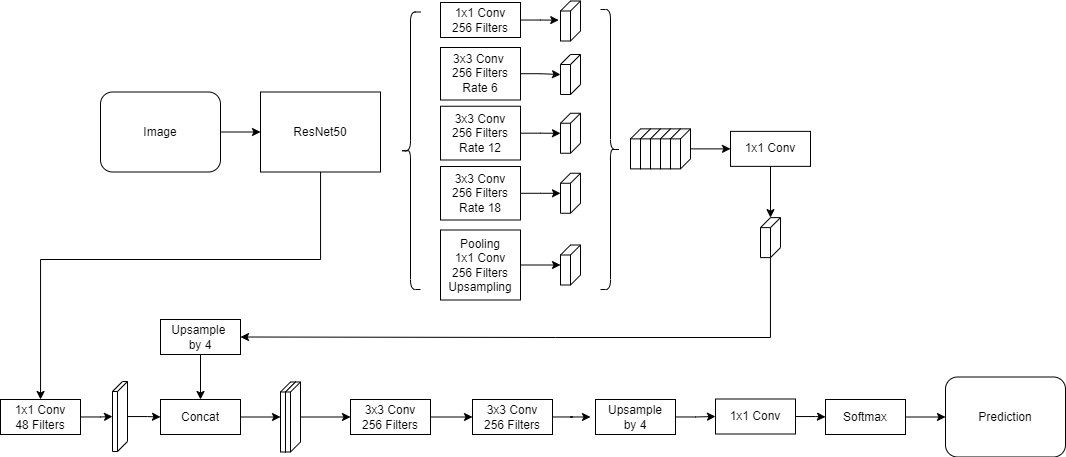
Before: assets/images/NEXTPAGE/ARSI-64.png, a diagram exported from draw.io (realdanielalexander/semantic-segmentation). Source tidied: cells renumbered, new cells last; positions are measured from the earlier drawing's top-left corner, leaving out a move shared by most shapes.
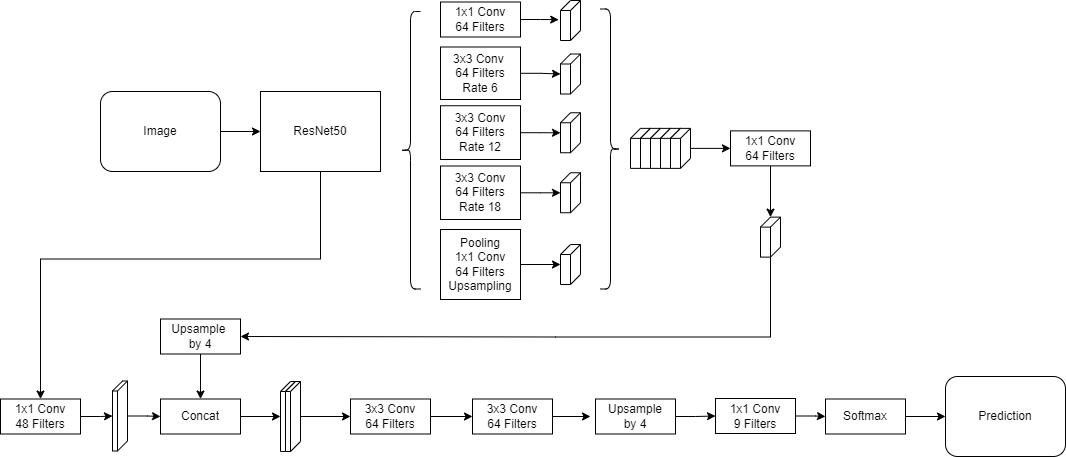
Later version of the same file.

Diff of the diagram source:
```diff
@@ -22,31 +22,31 @@
     <mxCell id="6" style="edgeStyle=orthogonalEdgeStyle;rounded=0;jettySize=auto;html=1;entryX=0.479;entryY=1.089;entryDx=0;entryDy=0;entryPerimeter=0;" parent="1" edge="1" source="7" target="17">
       <mxGeometry relative="1" as="geometry" />
     </mxCell>
-    <mxCell id="7" value="1x1 Conv&lt;br&gt;256 Filters" style="rounded=0;whiteSpace=wrap;html=1;" parent="1" vertex="1">
+    <mxCell id="7" value="1x1 Conv&lt;br&gt;64 Filters" style="rounded=0;whiteSpace=wrap;html=1;" parent="1" vertex="1">
       <mxGeometry x="440" y="1" width="80" height="35" as="geometry" />
     </mxCell>
     <mxCell id="8" style="edgeStyle=orthogonalEdgeStyle;rounded=0;jettySize=auto;html=1;" parent="1" edge="1" source="9" target="18">
       <mxGeometry relative="1" as="geometry" />
     </mxCell>
-    <mxCell id="9" value="3x3 Conv &lt;br&gt;256 Filters&lt;br&gt;Rate 6" style="rounded=0;whiteSpace=wrap;html=1;" parent="1" vertex="1">
+    <mxCell id="9" value="3x3 Conv &lt;br&gt;64 Filters&lt;br&gt;Rate 6" style="rounded=0;whiteSpace=wrap;html=1;" parent="1" vertex="1">
       <mxGeometry x="440" y="46" width="80" height="52.5" as="geometry" />
     </mxCell>
     <mxCell id="10" style="edgeStyle=orthogonalEdgeStyle;rounded=0;jettySize=auto;html=1;" parent="1" edge="1" source="11" target="19">
       <mxGeometry relative="1" as="geometry" />
     </mxCell>
-    <mxCell id="11" value="3x3 Conv&lt;br&gt;256 Filters&lt;br&gt;Rate 12" style="rounded=0;whiteSpace=wrap;html=1;" parent="1" vertex="1">
+    <mxCell id="11" value="3x3 Conv&lt;br&gt;64 Filters&lt;br&gt;Rate 12" style="rounded=0;whiteSpace=wrap;html=1;" parent="1" vertex="1">
       <mxGeometry x="440" y="104.8" width="80" height="53.8" as="geometry" />
     </mxCell>
     <mxCell id="12" style="edgeStyle=orthogonalEdgeStyle;rounded=0;jettySize=auto;html=1;" parent="1" edge="1" source="13" target="20">
       <mxGeometry relative="1" as="geometry" />
     </mxCell>
-    <mxCell id="13" value="3x3 Conv&lt;br&gt;256 Filters&lt;br&gt;Rate 18" style="rounded=0;whiteSpace=wrap;html=1;" parent="1" vertex="1">
+    <mxCell id="13" value="3x3 Conv&lt;br&gt;64 Filters&lt;br&gt;Rate 18" style="rounded=0;whiteSpace=wrap;html=1;" parent="1" vertex="1">
       <mxGeometry x="440" y="165" width="80" height="53.5" as="geometry" />
     </mxCell>
     <mxCell id="14" style="edgeStyle=orthogonalEdgeStyle;rounded=0;jettySize=auto;html=1;" parent="1" edge="1" source="15" target="21">
       <mxGeometry relative="1" as="geometry" />
     </mxCell>
-    <mxCell id="15" value="Pooling&lt;br&gt;1x1 Conv&lt;br&gt;256 Filters&lt;br&gt;Upsampling" style="rounded=0;whiteSpace=wrap;html=1;" parent="1" vertex="1">
+    <mxCell id="15" value="Pooling&lt;br&gt;1x1 Conv&lt;br&gt;64 Filters&lt;br&gt;Upsampling" style="rounded=0;whiteSpace=wrap;html=1;" parent="1" vertex="1">
       <mxGeometry x="440" y="228.5" width="80" height="70" as="geometry" />
     </mxCell>
     <mxCell id="16" style="shape=curlyBracket;whiteSpace=wrap;html=1;rounded=1;" parent="1" vertex="1">
@@ -91,7 +91,7 @@
     <mxCell id="29" style="edgeStyle=orthogonalEdgeStyle;rounded=0;jettySize=auto;html=1;" parent="1" edge="1" source="30" target="36">
       <mxGeometry relative="1" as="geometry" />
     </mxCell>
-    <mxCell id="30" value="1x1 Conv" style="rounded=0;whiteSpace=wrap;html=1;" parent="1" vertex="1">
+    <mxCell id="30" value="1x1 Conv&lt;br&gt;64 Filters" style="rounded=0;whiteSpace=wrap;html=1;" parent="1" vertex="1">
       <mxGeometry x="730" y="129.9" width="80" height="35" as="geometry" />
     </mxCell>
     <mxCell id="31" style="edgeStyle=orthogonalEdgeStyle;rounded=0;jettySize=auto;html=1;" parent="1" edge="1" source="32" target="34">
@@ -141,7 +141,7 @@
     <mxCell id="44" style="edgeStyle=orthogonalEdgeStyle;rounded=0;jettySize=auto;html=1;" parent="1" edge="1" source="45" target="54">
       <mxGeometry relative="1" as="geometry" />
     </mxCell>
-    <mxCell id="45" value="3x3 Conv&lt;br&gt;256 Filters" style="rounded=0;whiteSpace=wrap;html=1;" parent="1" vertex="1">
+    <mxCell id="45" value="3x3 Conv&lt;br&gt;64 Filters" style="rounded=0;whiteSpace=wrap;html=1;" parent="1" vertex="1">
       <mxGeometry x="350" y="398" width="80" height="35" as="geometry" />
     </mxCell>
     <mxCell id="46" style="edgeStyle=orthogonalEdgeStyle;rounded=0;jettySize=auto;html=1;" parent="1" edge="1" source="47">
@@ -155,7 +155,7 @@
     <mxCell id="48" style="edgeStyle=orthogonalEdgeStyle;rounded=0;jettySize=auto;html=1;" parent="1" edge="1" source="49" target="51">
       <mxGeometry relative="1" as="geometry" />
     </mxCell>
-    <mxCell id="49" value="1x1 Conv" style="rounded=0;whiteSpace=wrap;html=1;" parent="1" vertex="1">
+    <mxCell id="49" value="1x1 Conv&lt;br&gt;9 Filters" style="rounded=0;whiteSpace=wrap;html=1;" parent="1" vertex="1">
       <mxGeometry x="715" y="397.5" width="80" height="35" as="geometry" />
     </mxCell>
     <mxCell id="50" style="edgeStyle=orthogonalEdgeStyle;rounded=0;jettySize=auto;html=1;" parent="1" edge="1" source="51" target="52">
@@ -172,7 +172,7 @@
         <mxPoint x="590" y="415.5" as="targetPoint" />
       </mxGeometry>
     </mxCell>
-    <mxCell id="54" value="3x3 Conv&lt;br&gt;256 Filters" style="rounded=0;whiteSpace=wrap;html=1;" parent="1" vertex="1">
+    <mxCell id="54" value="3x3 Conv&lt;br&gt;64 Filters" style="rounded=0;whiteSpace=wrap;html=1;" parent="1" vertex="1">
       <mxGeometry x="472" y="398" width="80" height="35" as="geometry" />
     </mxCell>
   </root>
```
